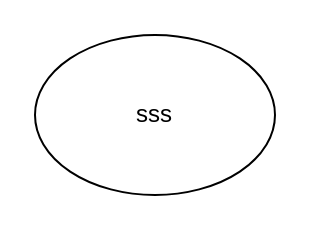
The draw.io diagram 123.drawio in Matasem-h/new_flowcharts, before the edit. Source tidied: cells renumbered, new cells numbered last; positions are measured from the earlier drawing's top-left corner, leaving out a move shared by most shapes. Both pictures are drawn from the tidied source at 200%, with x=0, y=0 at pixel (34, 34).
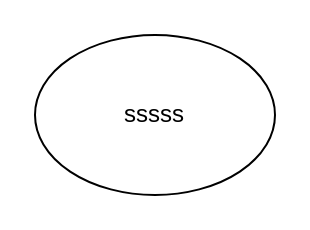
Above is the later version.

Diff of the diagram source:
```diff
@@
 <mxGraphModel>
   <root>
     <mxCell id="0" />
     <mxCell id="1" parent="0" />
-    <mxCell id="2" value="sss" style="ellipse;whiteSpace=wrap;html=1;" parent="1" vertex="1">
+    <mxCell id="2" value="sssss" style="ellipse;whiteSpace=wrap;html=1;" parent="1" vertex="1">
       <mxGeometry width="120" height="80" as="geometry" />
     </mxCell>
   </root>
 </mxGraphModel>
```
